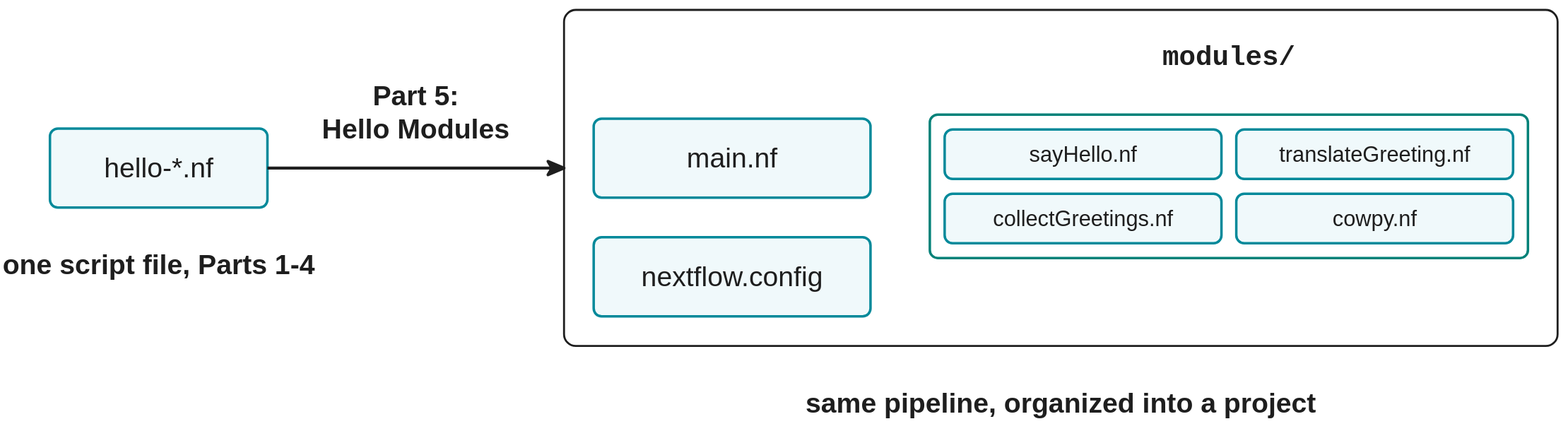
This is docs/en/docs/hello_nextflow/img/hello-course-code.drawio.svg from nextflow-io/training, a draw.io export, as it was before one commit. Source tidied: cells renumbered, new cells last; positions are measured from the earlier drawing's top-left corner, leaving out a move shared by most shapes.
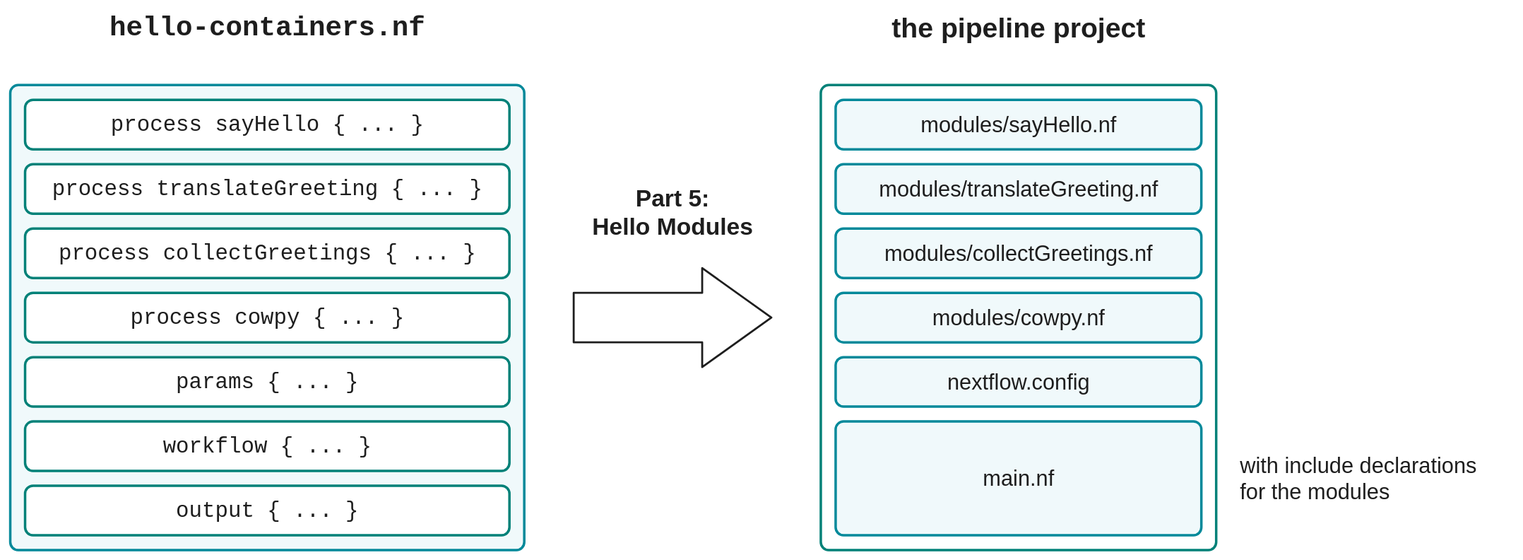
Later version of the same file.

Commit message:
docs(hello_nextflow): show what Part 5 reorganizes, block by block

Change to the diagram source:
```diff
@@ -2,47 +2,65 @@
   <root>
     <mxCell id="0" />
     <mxCell id="1" parent="0" />
-    <mxCell id="2" value="hello-*.nf" style="rounded=1;absoluteArcSize=1;arcSize=16;fillColor=#f0f9fb;strokeColor=#02899a;strokeWidth=2.5;fontFamily=Helvetica;fontSize=28;fontColor=#1e1e1e;html=0;whiteSpace=nowrap;" parent="1" vertex="1">
-      <mxGeometry x="40" y="120" width="220" height="80" as="geometry" />
+    <mxCell id="2" style="rounded=1;absoluteArcSize=1;arcSize=16;fillColor=#f0f9fb;strokeColor=#02899a;strokeWidth=2.5;fontFamily=Helvetica;fontSize=28;fontColor=#1e1e1e;html=0;whiteSpace=nowrap;" parent="1" vertex="1">
+      <mxGeometry x="40" y="80" width="520" height="470" as="geometry" />
     </mxCell>
+    <mxCell id="16" value="process sayHello { ... }" style="rounded=1;absoluteArcSize=1;arcSize=16;fillColor=#ffffff;strokeColor=#018178;strokeWidth=2.5;fontFamily=Helvetica;fontSize=22;fontColor=#1e1e1e;html=0;whiteSpace=nowrap;fontFamily=Menlo;" parent="2" vertex="1">
+      <mxGeometry x="15" y="15" width="490" height="50" as="geometry" />
+    </mxCell>
+    <mxCell id="17" value="process translateGreeting { ... }" style="rounded=1;absoluteArcSize=1;arcSize=16;fillColor=#ffffff;strokeColor=#018178;strokeWidth=2.5;fontFamily=Helvetica;fontSize=22;fontColor=#1e1e1e;html=0;whiteSpace=nowrap;fontFamily=Menlo;" parent="2" vertex="1">
+      <mxGeometry x="15" y="80" width="490" height="50" as="geometry" />
+    </mxCell>
+    <mxCell id="18" value="process collectGreetings { ... }" style="rounded=1;absoluteArcSize=1;arcSize=16;fillColor=#ffffff;strokeColor=#018178;strokeWidth=2.5;fontFamily=Helvetica;fontSize=22;fontColor=#1e1e1e;html=0;whiteSpace=nowrap;fontFamily=Menlo;" parent="2" vertex="1">
+      <mxGeometry x="15" y="145" width="490" height="50" as="geometry" />
+    </mxCell>
+    <mxCell id="19" value="process cowpy { ... }" style="rounded=1;absoluteArcSize=1;arcSize=16;fillColor=#ffffff;strokeColor=#018178;strokeWidth=2.5;fontFamily=Helvetica;fontSize=22;fontColor=#1e1e1e;html=0;whiteSpace=nowrap;fontFamily=Menlo;" parent="2" vertex="1">
+      <mxGeometry x="15" y="210" width="490" height="50" as="geometry" />
+    </mxCell>
+    <mxCell id="20" value="params { ... }" style="rounded=1;absoluteArcSize=1;arcSize=16;fillColor=#ffffff;strokeColor=#018178;strokeWidth=2.5;fontFamily=Helvetica;fontSize=22;fontColor=#1e1e1e;html=0;whiteSpace=nowrap;fontFamily=Menlo;" parent="2" vertex="1">
+      <mxGeometry x="15" y="275" width="490" height="50" as="geometry" />
+    </mxCell>
+    <mxCell id="21" value="workflow { ... }" style="rounded=1;absoluteArcSize=1;arcSize=16;fillColor=#ffffff;strokeColor=#018178;strokeWidth=2.5;fontFamily=Helvetica;fontSize=22;fontColor=#1e1e1e;html=0;whiteSpace=nowrap;fontFamily=Menlo;" parent="2" vertex="1">
+      <mxGeometry x="15" y="340" width="490" height="50" as="geometry" />
+    </mxCell>
+    <mxCell id="22" value="output { ... }" style="rounded=1;absoluteArcSize=1;arcSize=16;fillColor=#ffffff;strokeColor=#018178;strokeWidth=2.5;fontFamily=Helvetica;fontSize=22;fontColor=#1e1e1e;html=0;whiteSpace=nowrap;fontFamily=Menlo;" parent="2" vertex="1">
+      <mxGeometry x="15" y="405" width="490" height="50" as="geometry" />
+    </mxCell>
-    <mxCell id="3" value="one script file, Parts 1-4" style="text;align=center;verticalAlign=middle;fontFamily=Helvetica;fontSize=28;fontStyle=1;fontColor=#1e1e1e;html=0;whiteSpace=nowrap;" parent="1" vertex="1">
-      <mxGeometry y="240" width="300" height="36" as="geometry" />
+    <mxCell id="3" value="hello-containers.nf" style="text;align=center;verticalAlign=middle;fontFamily=Menlo;fontSize=28;fontStyle=1;fontColor=#1e1e1e;html=0;whiteSpace=nowrap;" parent="1" vertex="1">
+      <mxGeometry x="40" y="4" width="520" height="36" as="geometry" />
     </mxCell>
-    <mxCell id="4" style="rounded=1;absoluteArcSize=1;arcSize=24;fillColor=none;strokeColor=#1e1e1e;strokeWidth=2;html=0;whiteSpace=nowrap;" parent="1" vertex="1">
-      <mxGeometry x="560" width="1005" height="340" as="geometry" />
-    </mxCell>
+    <mxCell id="23" style="shape=singleArrow;arrowWidth=0.5;arrowSize=0.35;fillColor=none;strokeColor=#1e1e1e;strokeWidth=2;html=0;whiteSpace=nowrap;" parent="1" vertex="1">
+      <mxGeometry x="610" y="265" width="200" height="100" as="geometry" />
+    </mxCell>
+    <mxCell id="15" value="Part 5:&#10;Hello Modules" style="text;align=center;verticalAlign=middle;fontFamily=Helvetica;fontSize=24;fontStyle=1;fontColor=#1e1e1e;html=0;whiteSpace=nowrap;" parent="1" vertex="1">
+      <mxGeometry x="590" y="173" width="240" height="72" as="geometry" />
+    </mxCell>
+    <mxCell id="24" style="rounded=1;absoluteArcSize=1;arcSize=16;fillColor=#ffffff;strokeColor=#018178;strokeWidth=2.5;fontFamily=Helvetica;fontSize=22;fontColor=#1e1e1e;html=0;whiteSpace=nowrap;" parent="1" vertex="1">
+      <mxGeometry x="860" y="80" width="400" height="470" as="geometry" />
+    </mxCell>
+    <mxCell id="25" value="modules/sayHello.nf" style="rounded=1;absoluteArcSize=1;arcSize=16;fillColor=#f0f9fb;strokeColor=#02899a;strokeWidth=2.5;fontFamily=Helvetica;fontSize=22;fontColor=#1e1e1e;html=0;whiteSpace=nowrap;" parent="24" vertex="1">
+      <mxGeometry x="15" y="15" width="370" height="50" as="geometry" />
+    </mxCell>
+    <mxCell id="26" value="modules/translateGreeting.nf" style="rounded=1;absoluteArcSize=1;arcSize=16;fillColor=#f0f9fb;strokeColor=#02899a;strokeWidth=2.5;fontFamily=Helvetica;fontSize=22;fontColor=#1e1e1e;html=0;whiteSpace=nowrap;" parent="24" vertex="1">
+      <mxGeometry x="15" y="80" width="370" height="50" as="geometry" />
+    </mxCell>
+    <mxCell id="27" value="modules/collectGreetings.nf" style="rounded=1;absoluteArcSize=1;arcSize=16;fillColor=#f0f9fb;strokeColor=#02899a;strokeWidth=2.5;fontFamily=Helvetica;fontSize=22;fontColor=#1e1e1e;html=0;whiteSpace=nowrap;" parent="24" vertex="1">
+      <mxGeometry x="15" y="145" width="370" height="50" as="geometry" />
+    </mxCell>
+    <mxCell id="28" value="modules/cowpy.nf" style="rounded=1;absoluteArcSize=1;arcSize=16;fillColor=#f0f9fb;strokeColor=#02899a;strokeWidth=2.5;fontFamily=Helvetica;fontSize=22;fontColor=#1e1e1e;html=0;whiteSpace=nowrap;" parent="24" vertex="1">
+      <mxGeometry x="15" y="210" width="370" height="50" as="geometry" />
+    </mxCell>
+    <mxCell id="6" value="nextflow.config" style="rounded=1;absoluteArcSize=1;arcSize=16;fillColor=#f0f9fb;strokeColor=#02899a;strokeWidth=2.5;fontFamily=Helvetica;fontSize=22;fontColor=#1e1e1e;html=0;whiteSpace=nowrap;" parent="24" vertex="1">
+      <mxGeometry x="15" y="275" width="370" height="50" as="geometry" />
+    </mxCell>
-    <mxCell id="5" value="main.nf" style="rounded=1;absoluteArcSize=1;arcSize=16;fillColor=#f0f9fb;strokeColor=#02899a;strokeWidth=2.5;fontFamily=Helvetica;fontSize=28;fontColor=#1e1e1e;html=0;whiteSpace=nowrap;" parent="4" vertex="1">
-      <mxGeometry x="30" y="110" width="280" height="80" as="geometry" />
+    <mxCell id="5" value="main.nf" style="rounded=1;absoluteArcSize=1;arcSize=16;fillColor=#f0f9fb;strokeColor=#02899a;strokeWidth=2.5;fontFamily=Helvetica;fontSize=22;fontColor=#1e1e1e;html=0;whiteSpace=nowrap;" parent="24" vertex="1">
+      <mxGeometry x="15" y="340" width="370" height="115" as="geometry" />
     </mxCell>
-    <mxCell id="6" value="nextflow.config" style="rounded=1;absoluteArcSize=1;arcSize=16;fillColor=#f0f9fb;strokeColor=#02899a;strokeWidth=2.5;fontFamily=Helvetica;fontSize=28;fontColor=#1e1e1e;html=0;whiteSpace=nowrap;" parent="4" vertex="1">
-      <mxGeometry x="30" y="230" width="280" height="80" as="geometry" />
-    </mxCell>
-    <mxCell id="7" style="rounded=1;absoluteArcSize=1;arcSize=16;fillColor=#ffffff;strokeColor=#018178;strokeWidth=2.5;fontFamily=Helvetica;fontSize=22;fontColor=#1e1e1e;html=0;whiteSpace=nowrap;" parent="4" vertex="1">
-      <mxGeometry x="370" y="106" width="605" height="145" as="geometry" />
-    </mxCell>
-    <mxCell id="8" value="sayHello.nf" style="rounded=1;absoluteArcSize=1;arcSize=16;fillColor=#f0f9fb;strokeColor=#02899a;strokeWidth=2.5;fontFamily=Helvetica;fontSize=22;fontColor=#1e1e1e;html=0;whiteSpace=nowrap;" parent="7" vertex="1">
-      <mxGeometry x="15" y="15" width="280" height="50" as="geometry" />
-    </mxCell>
-    <mxCell id="9" value="translateGreeting.nf" style="rounded=1;absoluteArcSize=1;arcSize=16;fillColor=#f0f9fb;strokeColor=#02899a;strokeWidth=2.5;fontFamily=Helvetica;fontSize=22;fontColor=#1e1e1e;html=0;whiteSpace=nowrap;" parent="7" vertex="1">
-      <mxGeometry x="310" y="15" width="280" height="50" as="geometry" />
-    </mxCell>
-    <mxCell id="10" value="collectGreetings.nf" style="rounded=1;absoluteArcSize=1;arcSize=16;fillColor=#f0f9fb;strokeColor=#02899a;strokeWidth=2.5;fontFamily=Helvetica;fontSize=22;fontColor=#1e1e1e;html=0;whiteSpace=nowrap;" parent="7" vertex="1">
-      <mxGeometry x="15" y="80" width="280" height="50" as="geometry" />
-    </mxCell>
-    <mxCell id="11" value="cowpy.nf" style="rounded=1;absoluteArcSize=1;arcSize=16;fillColor=#f0f9fb;strokeColor=#02899a;strokeWidth=2.5;fontFamily=Helvetica;fontSize=22;fontColor=#1e1e1e;html=0;whiteSpace=nowrap;" parent="7" vertex="1">
-      <mxGeometry x="310" y="80" width="280" height="50" as="geometry" />
-    </mxCell>
-    <mxCell id="12" value="modules/" style="text;align=center;verticalAlign=middle;fontFamily=Menlo;fontSize=28;fontStyle=1;fontColor=#1e1e1e;html=0;whiteSpace=nowrap;" parent="4" vertex="1">
-      <mxGeometry x="370" y="30" width="605" height="36" as="geometry" />
-    </mxCell>
-    <mxCell id="13" value="same pipeline, organized into a project" style="text;align=center;verticalAlign=middle;fontFamily=Helvetica;fontSize=28;fontStyle=1;fontColor=#1e1e1e;html=0;whiteSpace=nowrap;" parent="1" vertex="1">
-      <mxGeometry x="560" y="380" width="1005" height="36" as="geometry" />
-    </mxCell>
-    <mxCell id="14" style="edgeStyle=none;html=0;strokeColor=#1e1e1e;endSize=12;strokeWidth=3;endArrow=classic;endFill=1;exitX=1;exitY=0.5;exitDx=0;exitDy=0;entryX=0;entryY=0.47059;entryDx=0;entryDy=0;" parent="1" edge="1" source="2" target="4">
-      <mxGeometry relative="1" as="geometry" />
-    </mxCell>
-    <mxCell id="15" value="Part 5:&#10;Hello Modules" style="text;align=center;verticalAlign=middle;fontFamily=Helvetica;fontSize=28;fontStyle=1;fontColor=#1e1e1e;html=0;whiteSpace=nowrap;" parent="1" vertex="1">
-      <mxGeometry x="280" y="68" width="260" height="72" as="geometry" />
-    </mxCell>
+    <mxCell id="29" value="the pipeline project" style="text;align=center;verticalAlign=middle;fontFamily=Helvetica;fontSize=28;fontStyle=1;fontColor=#1e1e1e;html=0;whiteSpace=nowrap;" parent="1" vertex="1">
+      <mxGeometry x="860" y="4" width="400" height="36" as="geometry" />
+    </mxCell>
+    <mxCell id="30" value="with include declarations&#10;for the modules" style="text;align=left;verticalAlign=middle;spacing=0;spacingLeft=4;fontFamily=Helvetica;fontSize=22;fontColor=#1e1e1e;html=0;whiteSpace=nowrap;" parent="1" vertex="1">
+      <mxGeometry x="1280" y="446.5" width="280" height="62" as="geometry" />
+    </mxCell>
   </root>
 </mxGraphModel>
```
